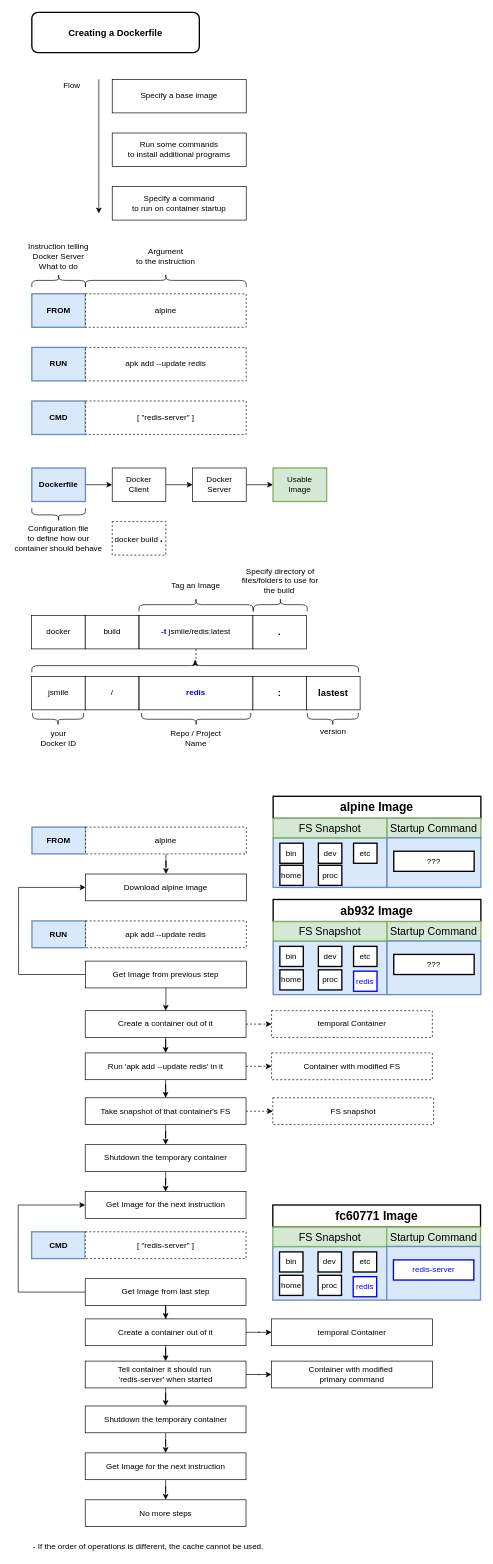
Earlier version of the draw.io diagram 2_create_custom_images.drawio (jsmile/docker-kubernetes). Source tidied: cells renumbered, new cells numbered last; positions are measured from the earlier drawing's top-left corner, leaving out a move shared by most shapes. Both pictures are drawn from the tidied source at 67%, with x=0, y=0 at pixel (11, 12).
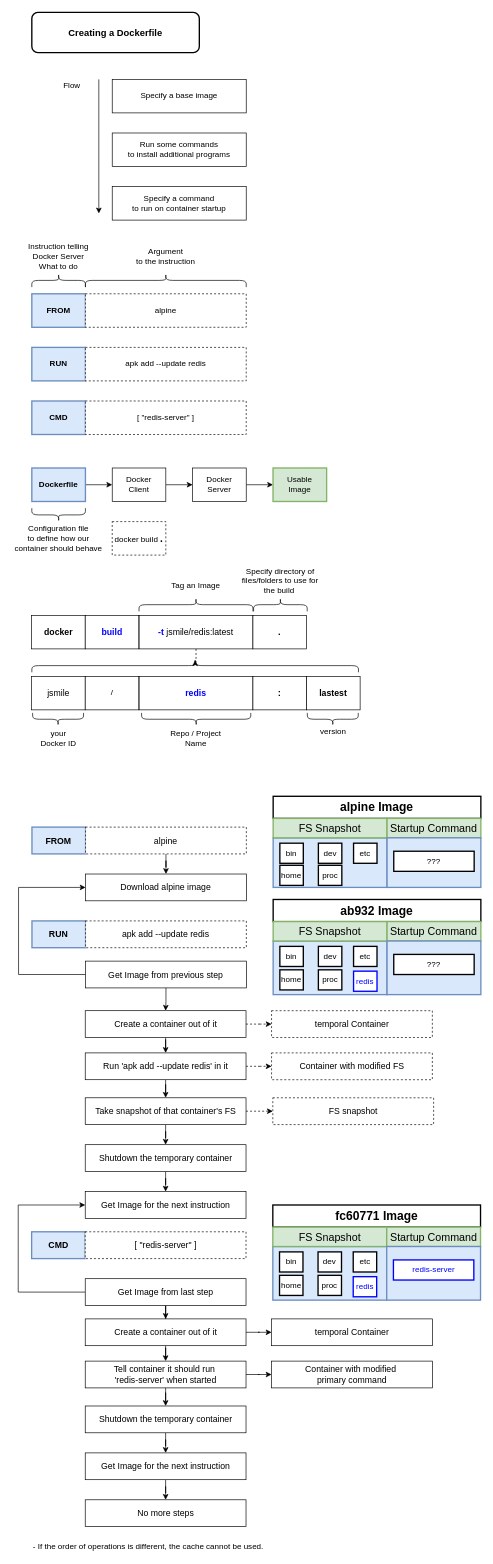
After the change.

Diff of the diagram source:
```diff
@@
-    <mxCell id="28" value="FROM" style="rounded=0;whiteSpace=wrap;html=1;fontSize=12;fillColor=#dae8fc;strokeColor=#6c8ebf;strokeWidth=2;fontStyle=1;" parent="1" vertex="1">
+    <mxCell id="28" value="FROM" style="rounded=0;whiteSpace=wrap;html=1;fontSize=13;fillColor=#dae8fc;strokeColor=#6c8ebf;strokeWidth=2;fontStyle=1;" parent="1" vertex="1">
       <mxGeometry x="30.2" y="1216" width="80" height="40" as="geometry" />
     </mxCell>
@@
-    <mxCell id="30" value="alpine" style="rounded=0;whiteSpace=wrap;html=1;fontSize=12;dashed=1;" parent="1" vertex="1">
+    <mxCell id="30" value="alpine" style="rounded=0;whiteSpace=wrap;html=1;fontSize=13;dashed=1;" parent="1" vertex="1">
       <mxGeometry x="110.2" y="1216" width="240" height="40" as="geometry" />
     </mxCell>
-    <mxCell id="31" value="Download alpine image" style="rounded=0;whiteSpace=wrap;html=1;fontSize=12;" parent="1" vertex="1">
+    <mxCell id="31" value="Download alpine image" style="rounded=0;whiteSpace=wrap;html=1;fontSize=13;" parent="1" vertex="1">
       <mxGeometry x="110.2" y="1286" width="240" height="40" as="geometry" />
     </mxCell>
-    <mxCell id="32" value="RUN" style="rounded=0;whiteSpace=wrap;html=1;fontSize=12;fillColor=#dae8fc;strokeColor=#6c8ebf;strokeWidth=2;fontStyle=1;" parent="1" vertex="1">
+    <mxCell id="32" value="RUN" style="rounded=0;whiteSpace=wrap;html=1;fontSize=13;fillColor=#dae8fc;strokeColor=#6c8ebf;strokeWidth=2;fontStyle=1;" parent="1" vertex="1">
       <mxGeometry x="30.2" y="1356" width="80" height="40" as="geometry" />
     </mxCell>
-    <mxCell id="33" value="apk add --update redis" style="rounded=0;whiteSpace=wrap;html=1;fontSize=12;dashed=1;" parent="1" vertex="1">
+    <mxCell id="33" value="apk add --update redis" style="rounded=0;whiteSpace=wrap;html=1;fontSize=13;dashed=1;" parent="1" vertex="1">
       <mxGeometry x="110.2" y="1356" width="240" height="40" as="geometry" />
     </mxCell>
@@
-    <mxCell id="36" value="Get Image from previous step" style="rounded=0;whiteSpace=wrap;html=1;fontSize=12;" parent="1" vertex="1">
+    <mxCell id="36" value="Get Image from previous step" style="rounded=0;whiteSpace=wrap;html=1;fontSize=13;" parent="1" vertex="1">
       <mxGeometry x="110.2" y="1416" width="240" height="40" as="geometry" />
     </mxCell>
@@
-    <mxCell id="39" value="Create a container out of it" style="rounded=0;whiteSpace=wrap;html=1;fontSize=12;" parent="1" vertex="1">
+    <mxCell id="39" value="Create a container out of it" style="rounded=0;whiteSpace=wrap;html=1;fontSize=13;" parent="1" vertex="1">
       <mxGeometry x="109.7" y="1490" width="240" height="40" as="geometry" />
     </mxCell>
-    <mxCell id="40" value="temporal Container" style="rounded=0;whiteSpace=wrap;html=1;fontSize=12;dashed=1;" parent="1" vertex="1">
+    <mxCell id="40" value="temporal Container" style="rounded=0;whiteSpace=wrap;html=1;fontSize=13;dashed=1;" parent="1" vertex="1">
       <mxGeometry x="387.8" y="1490" width="240" height="40" as="geometry" />
     </mxCell>
@@
-    <mxCell id="43" value="Run 'apk add --update redis' in it" style="rounded=0;whiteSpace=wrap;html=1;fontSize=12;" parent="1" vertex="1">
+    <mxCell id="43" value="Run 'apk add --update redis' in it" style="rounded=0;whiteSpace=wrap;html=1;fontSize=13;" parent="1" vertex="1">
       <mxGeometry x="109.7" y="1553" width="240" height="40" as="geometry" />
     </mxCell>
-    <mxCell id="44" value="Container with modified FS" style="rounded=0;whiteSpace=wrap;html=1;fontSize=12;dashed=1;" parent="1" vertex="1">
+    <mxCell id="44" value="Container with modified FS" style="rounded=0;whiteSpace=wrap;html=1;fontSize=13;dashed=1;" parent="1" vertex="1">
       <mxGeometry x="387.8" y="1553" width="240" height="40" as="geometry" />
     </mxCell>
@@
-    <mxCell id="47" value="Take snapshot of that container's FS" style="rounded=0;whiteSpace=wrap;html=1;fontSize=12;" parent="1" vertex="1">
+    <mxCell id="47" value="Take snapshot of that container's FS" style="rounded=0;whiteSpace=wrap;html=1;fontSize=13;" parent="1" vertex="1">
       <mxGeometry x="109.7" y="1620" width="240" height="40" as="geometry" />
     </mxCell>
-    <mxCell id="48" value="FS snapshot" style="rounded=0;whiteSpace=wrap;html=1;fontSize=12;dashed=1;" parent="1" vertex="1">
+    <mxCell id="48" value="FS snapshot" style="rounded=0;whiteSpace=wrap;html=1;fontSize=13;dashed=1;" parent="1" vertex="1">
       <mxGeometry x="389.7" y="1620" width="240" height="40" as="geometry" />
     </mxCell>
@@
-    <mxCell id="50" value="Shutdown the temporary container" style="rounded=0;whiteSpace=wrap;html=1;fontSize=12;" parent="1" vertex="1">
+    <mxCell id="50" value="Shutdown the temporary container" style="rounded=0;whiteSpace=wrap;html=1;fontSize=13;" parent="1" vertex="1">
       <mxGeometry x="109.7" y="1690" width="240" height="40" as="geometry" />
     </mxCell>
-    <mxCell id="51" value="CMD" style="rounded=0;whiteSpace=wrap;html=1;fontSize=12;fillColor=#dae8fc;strokeColor=#6c8ebf;strokeWidth=2;fontStyle=1;" parent="1" vertex="1">
+    <mxCell id="51" value="CMD" style="rounded=0;whiteSpace=wrap;html=1;fontSize=13;fillColor=#dae8fc;strokeColor=#6c8ebf;strokeWidth=2;fontStyle=1;" parent="1" vertex="1">
       <mxGeometry x="29.7" y="1820" width="80" height="40" as="geometry" />
     </mxCell>
-    <mxCell id="52" value="[ &quot;redis-server&quot; ]" style="rounded=0;whiteSpace=wrap;html=1;fontSize=12;dashed=1;" parent="1" vertex="1">
+    <mxCell id="52" value="[ &quot;redis-server&quot; ]" style="rounded=0;whiteSpace=wrap;html=1;fontSize=13;dashed=1;" parent="1" vertex="1">
       <mxGeometry x="109.7" y="1820" width="240" height="40" as="geometry" />
     </mxCell>
-    <mxCell id="53" value="Get Image for the next instruction" style="rounded=0;whiteSpace=wrap;html=1;fontSize=12;" parent="1" vertex="1">
+    <mxCell id="53" value="Get Image for the next instruction" style="rounded=0;whiteSpace=wrap;html=1;fontSize=13;" parent="1" vertex="1">
       <mxGeometry x="109.7" y="1760" width="240" height="40" as="geometry" />
     </mxCell>
@@
-    <mxCell id="56" value="Get Image from last step" style="rounded=0;whiteSpace=wrap;html=1;fontSize=12;" parent="1" vertex="1">
+    <mxCell id="56" value="Get Image from last step" style="rounded=0;whiteSpace=wrap;html=1;fontSize=13;" parent="1" vertex="1">
       <mxGeometry x="109.7" y="1890" width="240" height="40" as="geometry" />
     </mxCell>
@@
-    <mxCell id="59" value="Create a container out of it" style="rounded=0;whiteSpace=wrap;html=1;fontSize=12;" parent="1" vertex="1">
+    <mxCell id="59" value="Create a container out of it" style="rounded=0;whiteSpace=wrap;html=1;fontSize=13;" parent="1" vertex="1">
       <mxGeometry x="109.7" y="1950" width="240" height="40" as="geometry" />
     </mxCell>
-    <mxCell id="60" value="temporal Container" style="rounded=0;whiteSpace=wrap;html=1;fontSize=12;" parent="1" vertex="1">
+    <mxCell id="60" value="temporal Container" style="rounded=0;whiteSpace=wrap;html=1;fontSize=13;" parent="1" vertex="1">
       <mxGeometry x="387.8" y="1950" width="240" height="40" as="geometry" />
     </mxCell>
@@
-    <mxCell id="63" value="Tell container it should run&amp;nbsp;&lt;br&gt;'redis-server' when started" style="rounded=0;whiteSpace=wrap;html=1;fontSize=12;" parent="1" vertex="1">
+    <mxCell id="63" value="Tell container it should run&amp;nbsp;&lt;br style=&quot;font-size: 13px;&quot;&gt;'redis-server' when started" style="rounded=0;whiteSpace=wrap;html=1;fontSize=13;" parent="1" vertex="1">
       <mxGeometry x="109.7" y="2013" width="240" height="40" as="geometry" />
     </mxCell>
-    <mxCell id="64" value="Container with modified&amp;nbsp;&lt;br&gt;primary command" style="rounded=0;whiteSpace=wrap;html=1;fontSize=12;" parent="1" vertex="1">
+    <mxCell id="64" value="Container with modified&amp;nbsp;&lt;br style=&quot;font-size: 13px;&quot;&gt;primary command" style="rounded=0;whiteSpace=wrap;html=1;fontSize=13;" parent="1" vertex="1">
       <mxGeometry x="387.8" y="2013" width="240" height="40" as="geometry" />
     </mxCell>
@@
-    <mxCell id="66" value="Shutdown the temporary container" style="rounded=0;whiteSpace=wrap;html=1;fontSize=12;" parent="1" vertex="1">
+    <mxCell id="66" value="Shutdown the temporary container" style="rounded=0;whiteSpace=wrap;html=1;fontSize=13;" parent="1" vertex="1">
       <mxGeometry x="109.7" y="2080" width="240" height="40" as="geometry" />
     </mxCell>
@@
-    <mxCell id="68" value="Get Image for the next instruction" style="rounded=0;whiteSpace=wrap;html=1;fontSize=12;" parent="1" vertex="1">
+    <mxCell id="68" value="Get Image for the next instruction" style="rounded=0;whiteSpace=wrap;html=1;fontSize=13;" parent="1" vertex="1">
       <mxGeometry x="109.7" y="2150" width="240" height="40" as="geometry" />
     </mxCell>
-    <mxCell id="69" value="No more steps" style="rounded=0;whiteSpace=wrap;html=1;fontSize=12;" parent="1" vertex="1">
+    <mxCell id="69" value="No more steps" style="rounded=0;whiteSpace=wrap;html=1;fontSize=13;" parent="1" vertex="1">
       <mxGeometry x="109.7" y="2220" width="240" height="40" as="geometry" />
     </mxCell>
@@
-    <mxCell id="106" value="docker" style="rounded=0;whiteSpace=wrap;html=1;strokeWidth=1;fontSize=12;" parent="1" vertex="1">
+    <mxCell id="106" value="docker" style="rounded=0;whiteSpace=wrap;html=1;strokeWidth=1;fontSize=13;fontStyle=1;" parent="1" vertex="1">
       <mxGeometry x="29.7" y="900" width="80" height="50" as="geometry" />
     </mxCell>
-    <mxCell id="107" value="build" style="rounded=0;whiteSpace=wrap;html=1;strokeWidth=1;fontSize=12;" parent="1" vertex="1">
+    <mxCell id="107" value="&lt;font color=&quot;#0000ff&quot;&gt;build&lt;/font&gt;" style="rounded=0;whiteSpace=wrap;html=1;strokeWidth=1;fontSize=13;fontStyle=1;" parent="1" vertex="1">
       <mxGeometry x="109.7" y="900" width="80" height="50" as="geometry" />
     </mxCell>
@@
-    <mxCell id="109" value="&lt;font color=&quot;#0000ff&quot;&gt;&lt;b&gt;-t&lt;/b&gt;&lt;/font&gt; jsmile/redis:latest" style="rounded=0;whiteSpace=wrap;html=1;strokeWidth=1;fontSize=12;" parent="1" vertex="1">
+    <mxCell id="109" value="&lt;font color=&quot;#0000ff&quot; style=&quot;font-size: 13px;&quot;&gt;&lt;b style=&quot;font-size: 13px;&quot;&gt;-t&lt;/b&gt;&lt;/font&gt; jsmile/redis:latest" style="rounded=0;whiteSpace=wrap;html=1;strokeWidth=1;fontSize=13;" parent="1" vertex="1">
       <mxGeometry x="190.2" y="900" width="169.8" height="50" as="geometry" />
     </mxCell>
-    <mxCell id="110" value="&lt;b&gt;&lt;font style=&quot;font-size: 14px&quot;&gt;.&lt;/font&gt;&lt;/b&gt;" style="rounded=0;whiteSpace=wrap;html=1;strokeWidth=1;fontSize=12;" parent="1" vertex="1">
+    <mxCell id="110" value="&lt;span&gt;&lt;font style=&quot;font-size: 14px&quot;&gt;.&lt;/font&gt;&lt;/span&gt;" style="rounded=0;whiteSpace=wrap;html=1;strokeWidth=1;fontSize=12;fontStyle=1;" parent="1" vertex="1">
       <mxGeometry x="360" y="900" width="80" height="50" as="geometry" />
     </mxCell>
@@
-    <mxCell id="113" value="jsmile" style="rounded=0;whiteSpace=wrap;html=1;strokeWidth=1;fontSize=12;" parent="1" vertex="1">
+    <mxCell id="113" value="jsmile" style="rounded=0;whiteSpace=wrap;html=1;strokeWidth=1;fontSize=13;" parent="1" vertex="1">
       <mxGeometry x="29.7" y="991" width="80" height="50" as="geometry" />
     </mxCell>
@@
-    <mxCell id="115" value="&lt;font color=&quot;#0000ff&quot;&gt;&lt;b&gt;redis&lt;/b&gt;&lt;/font&gt;" style="rounded=0;whiteSpace=wrap;html=1;strokeWidth=1;fontSize=12;" parent="1" vertex="1">
+    <mxCell id="115" value="&lt;font color=&quot;#0000ff&quot; style=&quot;font-size: 13px;&quot;&gt;&lt;b style=&quot;font-size: 13px;&quot;&gt;redis&lt;/b&gt;&lt;/font&gt;" style="rounded=0;whiteSpace=wrap;html=1;strokeWidth=1;fontSize=13;" parent="1" vertex="1">
       <mxGeometry x="190.2" y="991" width="169.8" height="50" as="geometry" />
     </mxCell>
@@
-    <mxCell id="118" value="&lt;b&gt;&lt;font style=&quot;font-size: 14px&quot;&gt;lastest&lt;/font&gt;&lt;/b&gt;" style="rounded=0;whiteSpace=wrap;html=1;strokeWidth=1;fontSize=12;" parent="1" vertex="1">
+    <mxCell id="118" value="&lt;b style=&quot;font-size: 13px;&quot;&gt;&lt;font style=&quot;font-size: 13px;&quot;&gt;lastest&lt;/font&gt;&lt;/b&gt;" style="rounded=0;whiteSpace=wrap;html=1;strokeWidth=1;fontSize=13;" parent="1" vertex="1">
       <mxGeometry x="440" y="991" width="80" height="50" as="geometry" />
     </mxCell>
```
